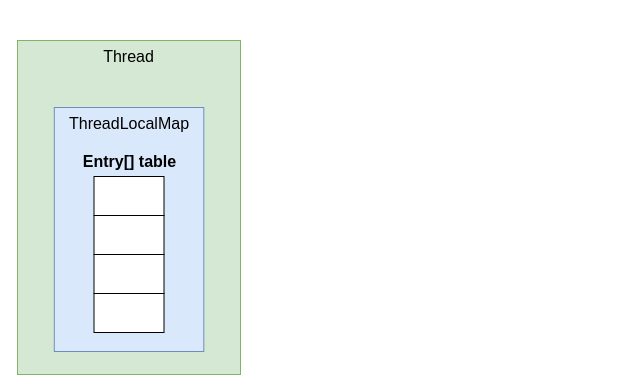
Earlier version of the draw.io diagram ThreadLocal.drawio (ordinarylq/personal-drawer). Source tidied: cells renumbered, new cells numbered last; positions are measured from the earlier drawing's top-left corner, leaving out a move shared by most shapes. Both pictures are drawn from the tidied source at 100%, with x=0, y=0 at pixel (17, 40).
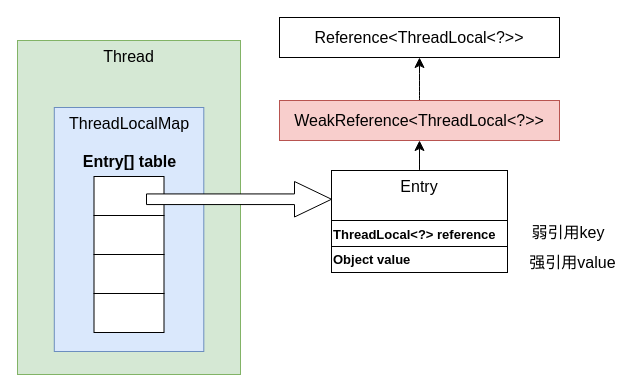
Above is the later version.

What changed in the source:
```diff
@@
 <mxGraphModel>
   <root>
     <mxCell id="0" />
     <mxCell id="1" parent="0" />
     <mxCell id="2" value="Thread" style="rounded=0;whiteSpace=wrap;html=1;fontSize=16;verticalAlign=top;fillColor=#d5e8d4;strokeColor=#82b366;" parent="1" vertex="1">
       <mxGeometry width="223" height="334" as="geometry" />
     </mxCell>
     <mxCell id="3" value="ThreadLocalMap" style="rounded=0;whiteSpace=wrap;html=1;fontSize=16;verticalAlign=top;fillColor=#dae8fc;strokeColor=#6c8ebf;" parent="1" vertex="1">
       <mxGeometry x="36.8" y="67" width="149.5" height="244" as="geometry" />
     </mxCell>
     <mxCell id="4" style="rounded=0;whiteSpace=wrap;html=1;fontSize=16;" parent="1" vertex="1">
       <mxGeometry x="76.5" y="136" width="70" height="39" as="geometry" />
     </mxCell>
     <mxCell id="5" style="rounded=0;whiteSpace=wrap;html=1;fontSize=16;" parent="1" vertex="1">
       <mxGeometry x="76.5" y="175" width="70" height="39" as="geometry" />
     </mxCell>
     <mxCell id="6" style="rounded=0;whiteSpace=wrap;html=1;fontSize=16;" parent="1" vertex="1">
       <mxGeometry x="76.5" y="214" width="70" height="39" as="geometry" />
     </mxCell>
     <mxCell id="7" style="rounded=0;whiteSpace=wrap;html=1;fontSize=16;" parent="1" vertex="1">
       <mxGeometry x="76.5" y="253" width="70" height="39" as="geometry" />
     </mxCell>
     <mxCell id="8" value="Entry[] table" style="text;strokeColor=none;fillColor=none;html=1;fontSize=16;fontStyle=1;verticalAlign=middle;align=center;" parent="1" vertex="1">
       <mxGeometry x="61.5" y="101" width="100" height="40" as="geometry" />
     </mxCell>
+    <mxCell id="9" style="shape=singleArrow;direction=east;whiteSpace=wrap;html=1;fontSize=16;" parent="1" vertex="1">
+      <mxGeometry x="129" y="141" width="185" height="35.5" as="geometry" />
+    </mxCell>
+    <mxCell id="10" style="edgeStyle=none;curved=1;rounded=0;jettySize=auto;html=1;exitX=0.5;exitY=0;exitDx=0;exitDy=0;entryX=0.5;entryY=1;entryDx=0;entryDy=0;fontSize=12;startSize=8;endSize=8;" parent="1" edge="1" source="11" target="13">
+      <mxGeometry relative="1" as="geometry" />
+    </mxCell>
+    <mxCell id="11" value="Entry" style="whiteSpace=wrap;html=1;align=center;fontSize=16;verticalAlign=top;" parent="1" vertex="1">
+      <mxGeometry x="314" y="130" width="176" height="50" as="geometry" />
+    </mxCell>
+    <mxCell id="12" style="edgeStyle=none;curved=1;rounded=0;jettySize=auto;html=1;exitX=0.5;exitY=0;exitDx=0;exitDy=0;entryX=0.5;entryY=1;entryDx=0;entryDy=0;fontSize=12;startSize=8;endSize=8;" parent="1" edge="1" source="13" target="14">
+      <mxGeometry relative="1" as="geometry" />
+    </mxCell>
+    <mxCell id="13" value="WeakReference&amp;lt;ThreadLocal&amp;lt;?&amp;gt;&amp;gt;" style="whiteSpace=wrap;html=1;align=center;fontSize=16;fillColor=#f8cecc;strokeColor=#b85450;" parent="1" vertex="1">
+      <mxGeometry x="262" y="60" width="280" height="40" as="geometry" />
+    </mxCell>
+    <mxCell id="14" value="Reference&amp;lt;ThreadLocal&amp;lt;?&amp;gt;&amp;gt;" style="whiteSpace=wrap;html=1;align=center;fontSize=16;" parent="1" vertex="1">
+      <mxGeometry x="262" y="-23" width="280" height="40" as="geometry" />
+    </mxCell>
+    <mxCell id="15" value="弱引用key" style="text;html=1;strokeColor=none;fillColor=none;align=center;verticalAlign=middle;whiteSpace=wrap;rounded=0;fontSize=16;" parent="1" vertex="1">
+      <mxGeometry x="506" y="176.5" width="90" height="30" as="geometry" />
+    </mxCell>
+    <mxCell id="16" value="&lt;font style=&quot;font-size: 13px;&quot;&gt;ThreadLocal&amp;lt;?&amp;gt; reference&lt;/font&gt;" style="rounded=0;whiteSpace=wrap;html=1;fontSize=16;align=left;fontStyle=1;" parent="1" vertex="1">
+      <mxGeometry x="314" y="180" width="176" height="26" as="geometry" />
+    </mxCell>
+    <mxCell id="17" value="Object value" style="rounded=0;whiteSpace=wrap;html=1;fontSize=13;align=left;fontStyle=1;" parent="1" vertex="1">
+      <mxGeometry x="314" y="206" width="176" height="26" as="geometry" />
+    </mxCell>
+    <mxCell id="18" value="强引用value" style="text;html=1;strokeColor=none;fillColor=none;align=center;verticalAlign=middle;whiteSpace=wrap;rounded=0;fontSize=16;" parent="1" vertex="1">
+      <mxGeometry x="506" y="206.5" width="99" height="30" as="geometry" />
+    </mxCell>
   </root>
 </mxGraphModel>
```
